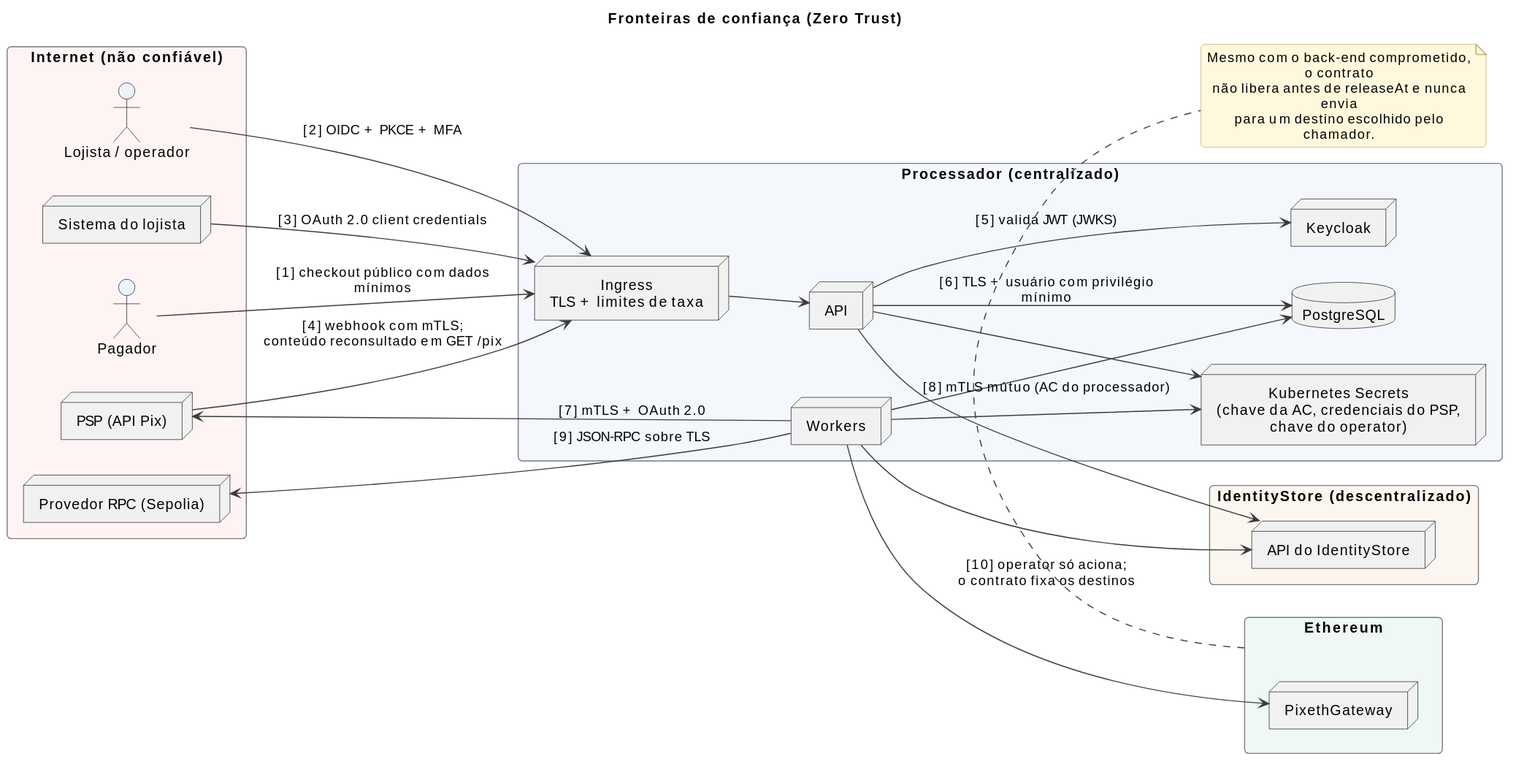
Above: docs/diagrams/svg/seguranca/fronteiras-de-confianca.svg in BrunoViotto18/Pixeth (PlantUML), before the change.
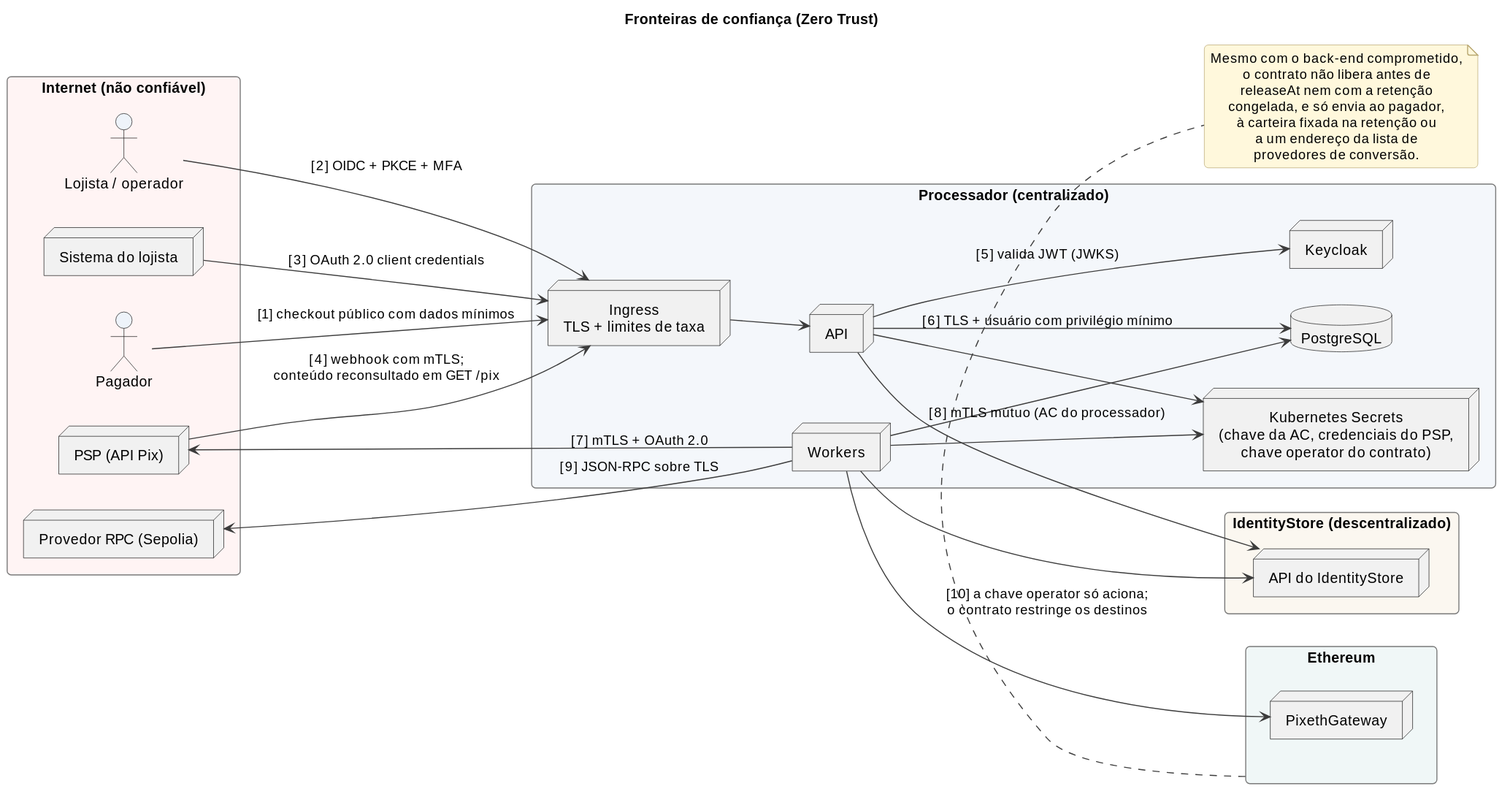
After the change.

What changed in the source:
```diff
@@ -19,7 +19,7 @@
   node "Workers" as tWorkers
   node "Keycloak" as tKc
   database "PostgreSQL" as tDb
-  node "Kubernetes Secrets\n(chave da AC, credenciais do PSP,\nchave do operator)" as tSecrets
+  node "Kubernetes Secrets\n(chave da AC, credenciais do PSP,\nchave operator do contrato)" as tSecrets
 }
 
 rectangle "IdentityStore (descentralizado)" as ZIds #FBF7F0 {
@@ -44,11 +44,15 @@
 tApi --> tIds : [8] mTLS mútuo (AC do processador)
 tWorkers --> tIds
 tWorkers --> tRpc : [9] JSON-RPC sobre TLS
-tWorkers --> tContract : [10] operator só aciona;\no contrato fixa os destinos
+tWorkers --> tContract : [10] a chave operator só aciona;\no contrato restringe os destinos
 
 note bottom of ZChain
-  Mesmo com o back-end comprometido, o contrato
-  não libera antes de releaseAt e nunca envia
-  para um destino escolhido pelo chamador.
+  Mesmo com o back-end comprometido,
+  o contrato não libera antes de
+  releaseAt nem com a retenção
+  congelada, e só envia ao pagador,
+  à carteira fixada na retenção ou
+  a um endereço da lista de
+  provedores de conversão.
 end note
 @enduml
```
